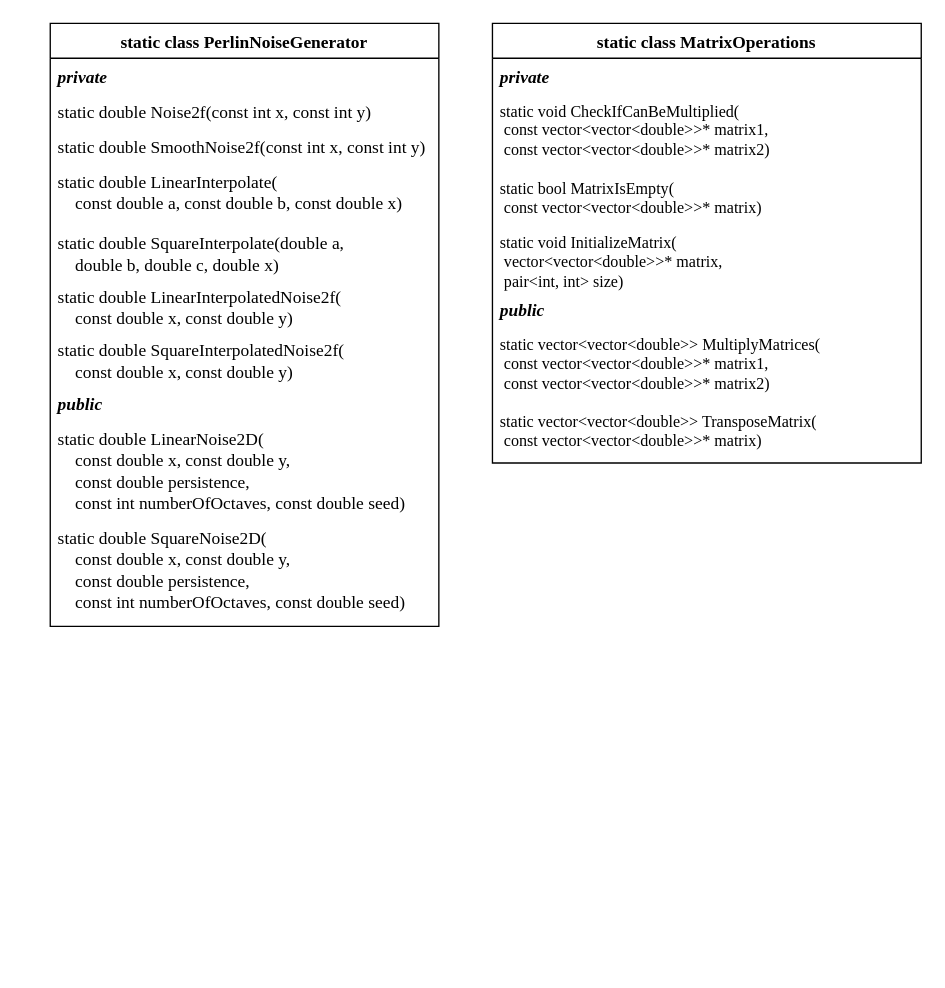
Before: page "MathTools" (1 of 9) of Docs/Class diagrams.drawio in SpatiumOwl/ComplexSky-2.0, a draw.io diagram. Source tidied: cells renumbered, new cells numbered last; positions are measured from the earlier drawing's top-left corner, leaving out a move shared by most shapes. Both pictures are drawn from the tidied source at 134%, with x=0, y=0 at pixel (50, 23).
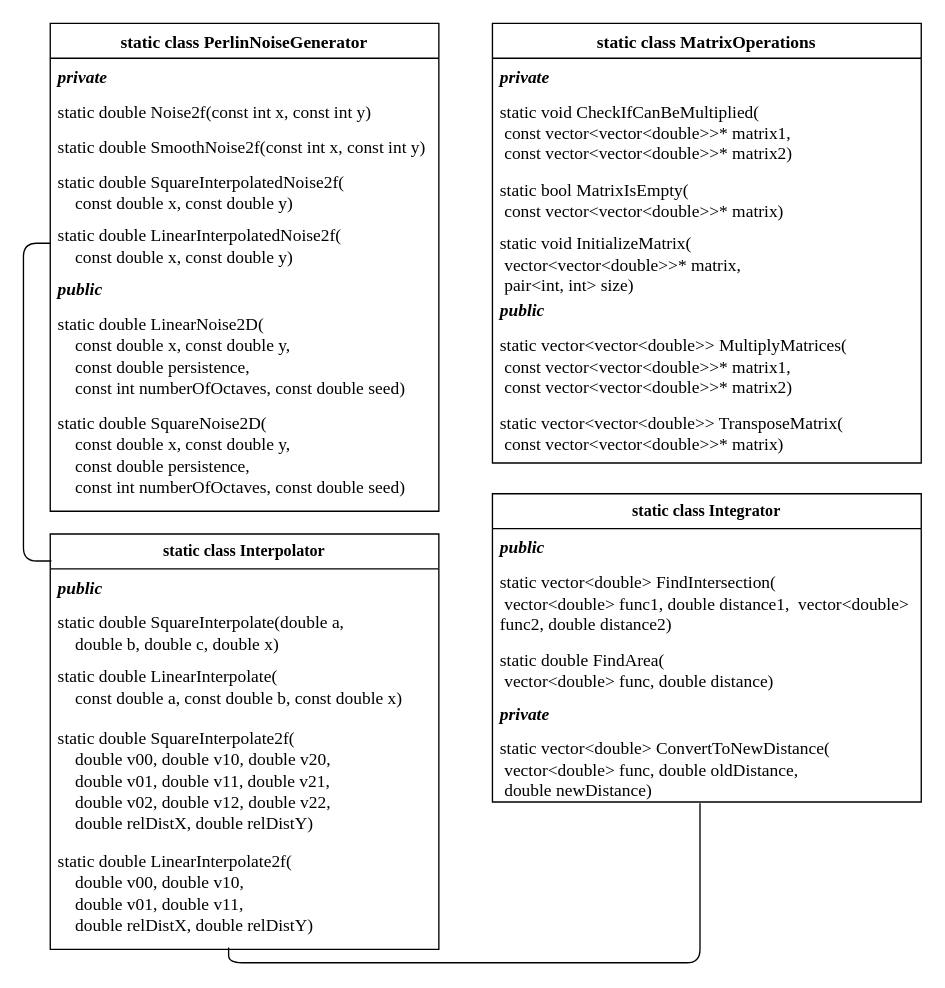
The same page after the edit.

Unchanged cells that the change refers to:
```xml
<mxCell id="13" value="static class MatrixOperations" style="swimlane;fontStyle=1;horizontal=1;startSize=26;fillColor=none;fontFamily=Times New Roman;fontSize=13;" parent="1" vertex="1">
  <mxGeometry x="330" width="320" height="328" as="geometry" />
</mxCell>
```

What changed in the source:
```diff
@@
     <mxCell id="2" value="static class PerlinNoiseGenerator" style="swimlane;fontStyle=1;horizontal=1;startSize=26;fillColor=none;fontFamily=Times New Roman;fontSize=13;" parent="1" vertex="1">
-      <mxGeometry width="290" height="450" as="geometry" />
+      <mxGeometry width="290" height="364" as="geometry" />
     </mxCell>
@@
-    <mxCell id="6" value="static double LinearInterpolate(&#10;    const double a, const double b, const double x)" style="text;strokeColor=none;fillColor=none;align=left;verticalAlign=top;spacingLeft=4;spacingRight=4;overflow=hidden;fontFamily=Times New Roman;fontSize=13;" parent="2" vertex="1">
-      <mxGeometry y="104" width="290" height="46" as="geometry" />
-    </mxCell>
-    <mxCell id="7" value="static double SquareInterpolate(double a, &#10;    double b, double c, double x)" style="text;strokeColor=none;fillColor=none;align=left;verticalAlign=top;spacingLeft=4;spacingRight=4;overflow=hidden;fontFamily=Times New Roman;fontSize=13;" parent="2" vertex="1">
-      <mxGeometry y="150" width="290" height="40" as="geometry" />
-    </mxCell>
+    <mxCell id="9" value="static double SquareInterpolatedNoise2f(&#10;    const double x, const double y)" style="text;strokeColor=none;fillColor=none;align=left;verticalAlign=top;spacingLeft=4;spacingRight=4;overflow=hidden;fontFamily=Times New Roman;fontSize=13;" parent="2" vertex="1">
+      <mxGeometry y="104" width="290" height="40" as="geometry" />
+    </mxCell>
     <mxCell id="8" value="static double LinearInterpolatedNoise2f(&#10;    const double x, const double y)" style="text;strokeColor=none;fillColor=none;align=left;verticalAlign=top;spacingLeft=4;spacingRight=4;overflow=hidden;points=[[0,0.5],[1,0.5]];portConstraint=eastwest;fontFamily=Times New Roman;fontSize=13;" parent="2" vertex="1">
-      <mxGeometry y="190" width="290" height="40" as="geometry" />
+      <mxGeometry y="144" width="290" height="40" as="geometry" />
     </mxCell>
-    <mxCell id="9" value="static double SquareInterpolatedNoise2f(&#10;    const double x, const double y)" style="text;strokeColor=none;fillColor=none;align=left;verticalAlign=top;spacingLeft=4;spacingRight=4;overflow=hidden;fontFamily=Times New Roman;fontSize=13;" parent="2" vertex="1">
-      <mxGeometry y="230" width="290" height="40" as="geometry" />
-    </mxCell>
     <mxCell id="10" value="public" style="text;strokeColor=none;fillColor=none;align=left;verticalAlign=top;spacingLeft=4;spacingRight=4;overflow=hidden;fontStyle=3;fontFamily=Times New Roman;fontSize=13;" parent="2" vertex="1">
-      <mxGeometry y="270" width="290" height="26" as="geometry" />
+      <mxGeometry y="184" width="290" height="26" as="geometry" />
     </mxCell>
     <mxCell id="11" value="static double LinearNoise2D(&#10;    const double x, const double y, &#10;    const double persistence, &#10;    const int numberOfOctaves, const double seed)" style="text;strokeColor=none;fillColor=none;align=left;verticalAlign=top;spacingLeft=4;spacingRight=4;overflow=hidden;fontFamily=Times New Roman;fontSize=13;" parent="2" vertex="1">
-      <mxGeometry y="296" width="290" height="74" as="geometry" />
+      <mxGeometry y="210" width="290" height="74" as="geometry" />
     </mxCell>
     <mxCell id="12" value="static double SquareNoise2D(&#10;    const double x, const double y, &#10;    const double persistence, &#10;    const int numberOfOctaves, const double seed)" style="text;strokeColor=none;fillColor=none;align=left;verticalAlign=top;spacingLeft=4;spacingRight=4;overflow=hidden;fontFamily=Times New Roman;fontSize=13;" parent="2" vertex="1">
-      <mxGeometry y="370" width="290" height="80" as="geometry" />
+      <mxGeometry y="284" width="290" height="80" as="geometry" />
     </mxCell>
@@
-    <mxCell id="15" value="&lt;div&gt;static void CheckIfCanBeMultiplied(&lt;/div&gt;&lt;div&gt;    &lt;span style=&quot;white-space: pre;&quot;&gt; &lt;/span&gt;const vector&amp;lt;vector&amp;lt;double&amp;gt;&amp;gt;* matrix1,&lt;/div&gt;&lt;div&gt;&lt;span style=&quot;&quot;&gt;    &lt;/span&gt;&lt;span style=&quot;white-space: pre;&quot;&gt; &lt;/span&gt;const vector&amp;lt;vector&amp;lt;double&amp;gt;&amp;gt;* matrix2)&lt;/div&gt;" style="text;strokeColor=none;fillColor=none;align=left;verticalAlign=top;spacingLeft=4;spacingRight=4;overflow=hidden;whiteSpace=wrap;html=1;fontFamily=Times New Roman;" parent="13" vertex="1">
+    <mxCell id="15" value="&lt;div style=&quot;font-size: 13px;&quot;&gt;static void CheckIfCanBeMultiplied(&lt;/div&gt;&lt;div style=&quot;font-size: 13px;&quot;&gt;    &lt;span style=&quot;white-space: pre; font-size: 13px;&quot;&gt; &lt;/span&gt;const vector&amp;lt;vector&amp;lt;double&amp;gt;&amp;gt;* matrix1,&lt;/div&gt;&lt;div style=&quot;font-size: 13px;&quot;&gt;&lt;span style=&quot;font-size: 13px;&quot;&gt;    &lt;/span&gt;&lt;span style=&quot;white-space: pre; font-size: 13px;&quot;&gt; &lt;/span&gt;const vector&amp;lt;vector&amp;lt;double&amp;gt;&amp;gt;* matrix2)&lt;/div&gt;" style="text;strokeColor=none;fillColor=none;align=left;verticalAlign=top;spacingLeft=4;spacingRight=4;overflow=hidden;whiteSpace=wrap;html=1;fontFamily=Times New Roman;fontSize=13;" parent="13" vertex="1">
       <mxGeometry y="52" width="320" height="58" as="geometry" />
     </mxCell>
-    <mxCell id="16" value="static bool MatrixIsEmpty(&lt;br&gt;&lt;span style=&quot;white-space: pre;&quot;&gt; &lt;/span&gt;const vector&amp;lt;vector&amp;lt;double&amp;gt;&amp;gt;* matrix)" style="text;strokeColor=none;fillColor=none;align=left;verticalAlign=top;spacingLeft=4;spacingRight=4;overflow=hidden;whiteSpace=wrap;html=1;fontFamily=Times New Roman;" parent="13" vertex="1">
+    <mxCell id="16" value="static bool MatrixIsEmpty(&lt;br style=&quot;font-size: 13px;&quot;&gt;&lt;span style=&quot;white-space: pre; font-size: 13px;&quot;&gt; &lt;/span&gt;const vector&amp;lt;vector&amp;lt;double&amp;gt;&amp;gt;* matrix)" style="text;strokeColor=none;fillColor=none;align=left;verticalAlign=top;spacingLeft=4;spacingRight=4;overflow=hidden;whiteSpace=wrap;html=1;fontFamily=Times New Roman;fontSize=13;" parent="13" vertex="1">
       <mxGeometry y="110" width="320" height="40" as="geometry" />
     </mxCell>
-    <mxCell id="17" value="&lt;div&gt;static void InitializeMatrix(&lt;/div&gt;&lt;div&gt;    &lt;span style=&quot;white-space: pre;&quot;&gt; &lt;/span&gt;vector&amp;lt;vector&amp;lt;double&amp;gt;&amp;gt;* matrix,&lt;/div&gt;&lt;div&gt;&lt;span style=&quot;white-space: pre;&quot;&gt; &lt;/span&gt;pair&amp;lt;int, int&amp;gt; size)&lt;/div&gt;" style="text;strokeColor=none;fillColor=none;align=left;verticalAlign=top;spacingLeft=4;spacingRight=4;overflow=hidden;whiteSpace=wrap;html=1;fontFamily=Times New Roman;" parent="13" vertex="1">
+    <mxCell id="17" value="&lt;div style=&quot;font-size: 13px;&quot;&gt;static void InitializeMatrix(&lt;/div&gt;&lt;div style=&quot;font-size: 13px;&quot;&gt;    &lt;span style=&quot;white-space: pre; font-size: 13px;&quot;&gt; &lt;/span&gt;vector&amp;lt;vector&amp;lt;double&amp;gt;&amp;gt;* matrix,&lt;/div&gt;&lt;div style=&quot;font-size: 13px;&quot;&gt;&lt;span style=&quot;white-space: pre; font-size: 13px;&quot;&gt; &lt;/span&gt;pair&amp;lt;int, int&amp;gt; size)&lt;/div&gt;" style="text;strokeColor=none;fillColor=none;align=left;verticalAlign=top;spacingLeft=4;spacingRight=4;overflow=hidden;whiteSpace=wrap;html=1;fontFamily=Times New Roman;fontSize=13;" parent="13" vertex="1">
       <mxGeometry y="150" width="320" height="50" as="geometry" />
     </mxCell>
@@
-    <mxCell id="19" value="&lt;div&gt;static vector&amp;lt;vector&amp;lt;double&amp;gt;&amp;gt; MultiplyMatrices(&lt;/div&gt;&lt;div&gt;    &lt;span style=&quot;white-space: pre;&quot;&gt; &lt;/span&gt;const vector&amp;lt;vector&amp;lt;double&amp;gt;&amp;gt;* matrix1,&lt;/div&gt;&lt;div&gt;&lt;span style=&quot;&quot;&gt;    &lt;/span&gt;&lt;span style=&quot;white-space: pre;&quot;&gt; &lt;/span&gt;const vector&amp;lt;vector&amp;lt;double&amp;gt;&amp;gt;* matrix2)&lt;/div&gt;" style="text;strokeColor=none;fillColor=none;align=left;verticalAlign=top;spacingLeft=4;spacingRight=4;overflow=hidden;whiteSpace=wrap;html=1;fontFamily=Times New Roman;" parent="13" vertex="1">
+    <mxCell id="19" value="&lt;div style=&quot;font-size: 13px;&quot;&gt;static vector&amp;lt;vector&amp;lt;double&amp;gt;&amp;gt; MultiplyMatrices(&lt;/div&gt;&lt;div style=&quot;font-size: 13px;&quot;&gt;    &lt;span style=&quot;white-space: pre; font-size: 13px;&quot;&gt; &lt;/span&gt;const vector&amp;lt;vector&amp;lt;double&amp;gt;&amp;gt;* matrix1,&lt;/div&gt;&lt;div style=&quot;font-size: 13px;&quot;&gt;&lt;span style=&quot;font-size: 13px;&quot;&gt;    &lt;/span&gt;&lt;span style=&quot;white-space: pre; font-size: 13px;&quot;&gt; &lt;/span&gt;const vector&amp;lt;vector&amp;lt;double&amp;gt;&amp;gt;* matrix2)&lt;/div&gt;" style="text;strokeColor=none;fillColor=none;align=left;verticalAlign=top;spacingLeft=4;spacingRight=4;overflow=hidden;whiteSpace=wrap;html=1;fontFamily=Times New Roman;fontSize=13;" parent="13" vertex="1">
       <mxGeometry y="226" width="320" height="58" as="geometry" />
     </mxCell>
-    <mxCell id="20" value="&lt;div&gt;static vector&amp;lt;vector&amp;lt;double&amp;gt;&amp;gt; TransposeMatrix(&lt;/div&gt;&lt;div&gt;    &lt;span style=&quot;white-space: pre;&quot;&gt; &lt;/span&gt;const vector&amp;lt;vector&amp;lt;double&amp;gt;&amp;gt;* matrix)&lt;/div&gt;" style="text;strokeColor=none;fillColor=none;align=left;verticalAlign=top;spacingLeft=4;spacingRight=4;overflow=hidden;whiteSpace=wrap;html=1;fontFamily=Times New Roman;" parent="13" vertex="1">
+    <mxCell id="20" value="&lt;div style=&quot;font-size: 13px;&quot;&gt;static vector&amp;lt;vector&amp;lt;double&amp;gt;&amp;gt; TransposeMatrix(&lt;/div&gt;&lt;div style=&quot;font-size: 13px;&quot;&gt;    &lt;span style=&quot;white-space: pre; font-size: 13px;&quot;&gt; &lt;/span&gt;const vector&amp;lt;vector&amp;lt;double&amp;gt;&amp;gt;* matrix)&lt;/div&gt;" style="text;strokeColor=none;fillColor=none;align=left;verticalAlign=top;spacingLeft=4;spacingRight=4;overflow=hidden;whiteSpace=wrap;html=1;fontFamily=Times New Roman;fontSize=13;" parent="13" vertex="1">
       <mxGeometry y="284" width="320" height="44" as="geometry" />
     </mxCell>
+    <mxCell id="21" value="&lt;b&gt;static class Integrator&lt;/b&gt;" style="swimlane;fontStyle=0;horizontal=1;startSize=26;fillColor=none;whiteSpace=wrap;html=1;fontFamily=Times New Roman;" parent="1" vertex="1">
+      <mxGeometry x="330" y="351" width="320" height="230" as="geometry" />
+    </mxCell>
+    <mxCell id="22" value="public" style="text;strokeColor=none;fillColor=none;align=left;verticalAlign=top;spacingLeft=4;spacingRight=4;overflow=hidden;fontStyle=3;fontFamily=Times New Roman;fontSize=13;" parent="21" vertex="1">
+      <mxGeometry y="26" width="320" height="26" as="geometry" />
+    </mxCell>
+    <mxCell id="23" value="static vector&amp;lt;double&amp;gt; FindIntersection(&lt;br style=&quot;font-size: 13px;&quot;&gt;&lt;span style=&quot;white-space: pre; font-size: 13px;&quot;&gt; &lt;/span&gt;vector&amp;lt;double&amp;gt; func1, double distance1, &lt;span style=&quot;white-space: pre; font-size: 13px;&quot;&gt; &lt;/span&gt;vector&amp;lt;double&amp;gt; func2, double distance2)" style="text;strokeColor=none;fillColor=none;align=left;verticalAlign=top;spacingLeft=4;spacingRight=4;overflow=hidden;whiteSpace=wrap;html=1;fontFamily=Times New Roman;fontSize=13;" parent="21" vertex="1">
+      <mxGeometry y="52" width="320" height="58" as="geometry" />
+    </mxCell>
+    <mxCell id="24" value="static double FindArea(&lt;br style=&quot;font-size: 13px;&quot;&gt;&lt;span style=&quot;white-space: pre; font-size: 13px;&quot;&gt; &lt;/span&gt;vector&amp;lt;double&amp;gt; func, double distance)" style="text;strokeColor=none;fillColor=none;align=left;verticalAlign=top;spacingLeft=4;spacingRight=4;overflow=hidden;whiteSpace=wrap;html=1;fontFamily=Times New Roman;fontSize=13;" parent="21" vertex="1">
+      <mxGeometry y="110" width="320" height="40" as="geometry" />
+    </mxCell>
+    <mxCell id="25" value="private" style="text;strokeColor=none;fillColor=none;align=left;verticalAlign=top;spacingLeft=4;spacingRight=4;overflow=hidden;fontStyle=3;fontFamily=Times New Roman;fontSize=13;" parent="21" vertex="1">
+      <mxGeometry y="150" width="320" height="26" as="geometry" />
+    </mxCell>
+    <mxCell id="26" value="static vector&amp;lt;double&amp;gt; ConvertToNewDistance(&lt;br style=&quot;font-size: 13px;&quot;&gt;&lt;span style=&quot;white-space: pre; font-size: 13px;&quot;&gt; &lt;/span&gt;vector&amp;lt;double&amp;gt; func, double oldDistance, &lt;br style=&quot;font-size: 13px;&quot;&gt;&lt;span style=&quot;white-space: pre; font-size: 13px;&quot;&gt; &lt;/span&gt;double newDistance)" style="text;strokeColor=none;fillColor=none;align=left;verticalAlign=top;spacingLeft=4;spacingRight=4;overflow=hidden;points=[[0,0.5],[1,0.5]];portConstraint=eastwest;whiteSpace=wrap;html=1;fontFamily=Times New Roman;fontSize=13;" parent="21" vertex="1">
+      <mxGeometry y="176" width="320" height="54" as="geometry" />
+    </mxCell>
+    <mxCell id="27" value="&lt;b&gt;static class Interpolator&lt;/b&gt;" style="swimlane;fontStyle=0;horizontal=1;startSize=26;fillColor=none;whiteSpace=wrap;html=1;fontFamily=Times New Roman;" parent="1" vertex="1">
+      <mxGeometry y="381" width="290" height="310" as="geometry" />
+    </mxCell>
+    <mxCell id="28" value="public" style="text;strokeColor=none;fillColor=none;align=left;verticalAlign=top;spacingLeft=4;spacingRight=4;overflow=hidden;fontStyle=3;fontFamily=Times New Roman;fontSize=13;" parent="27" vertex="1">
+      <mxGeometry y="26" width="290" height="26" as="geometry" />
+    </mxCell>
+    <mxCell id="7" value="static double SquareInterpolate(double a, &#10;    double b, double c, double x)" style="text;strokeColor=none;fillColor=none;align=left;verticalAlign=top;spacingLeft=4;spacingRight=4;overflow=hidden;fontFamily=Times New Roman;fontSize=13;" parent="27" vertex="1">
+      <mxGeometry y="52" width="290" height="40" as="geometry" />
+    </mxCell>
+    <mxCell id="6" value="static double LinearInterpolate(&#10;    const double a, const double b, const double x)" style="text;strokeColor=none;fillColor=none;align=left;verticalAlign=top;spacingLeft=4;spacingRight=4;overflow=hidden;fontFamily=Times New Roman;fontSize=13;" parent="27" vertex="1">
+      <mxGeometry y="92" width="290" height="46" as="geometry" />
+    </mxCell>
+    <mxCell id="29" value="static double SquareInterpolate2f(&#10;    double v00, double v10, double v20,&#10;    double v01, double v11, double v21,&#10;    double v02, double v12, double v22,&#10;    double relDistX, double relDistY)" style="text;strokeColor=none;fillColor=none;align=left;verticalAlign=top;spacingLeft=4;spacingRight=4;overflow=hidden;fontFamily=Times New Roman;fontSize=13;" parent="27" vertex="1">
+      <mxGeometry y="138" width="290" height="92" as="geometry" />
+    </mxCell>
+    <mxCell id="30" value="static double LinearInterpolate2f(&#10;       double v00, double v10,&#10;       double v01, double v11,&#10;       double relDistX, double relDistY)" style="text;strokeColor=none;fillColor=none;align=left;verticalAlign=top;spacingLeft=4;spacingRight=4;overflow=hidden;points=[[0,0.5],[1,0.5]];portConstraint=eastwest;fontFamily=Times New Roman;fontSize=13;" parent="27" vertex="1">
+      <mxGeometry y="230" width="290" height="80" as="geometry" />
+    </mxCell>
+    <mxCell id="31" style="edgeStyle=orthogonalEdgeStyle;rounded=1;jettySize=auto;html=1;exitX=0;exitY=0.5;exitDx=0;exitDy=0;entryX=0.003;entryY=0.065;entryDx=0;entryDy=0;entryPerimeter=0;strokeColor=default;endArrow=none;endFill=0;" parent="1" edge="1" source="8" target="27">
+      <mxGeometry relative="1" as="geometry" />
+    </mxCell>
+    <mxCell id="32" style="edgeStyle=orthogonalEdgeStyle;rounded=1;jettySize=auto;html=1;exitX=0.484;exitY=1.019;exitDx=0;exitDy=0;entryX=0.459;entryY=0.983;entryDx=0;entryDy=0;entryPerimeter=0;strokeColor=default;endArrow=none;endFill=0;exitPerimeter=0;" parent="1" edge="1" source="26" target="30">
+      <mxGeometry relative="1" as="geometry">
+        <Array as="points">
+          <mxPoint x="485" y="701" />
+          <mxPoint x="133" y="701" />
+        </Array>
+      </mxGeometry>
+    </mxCell>
```
